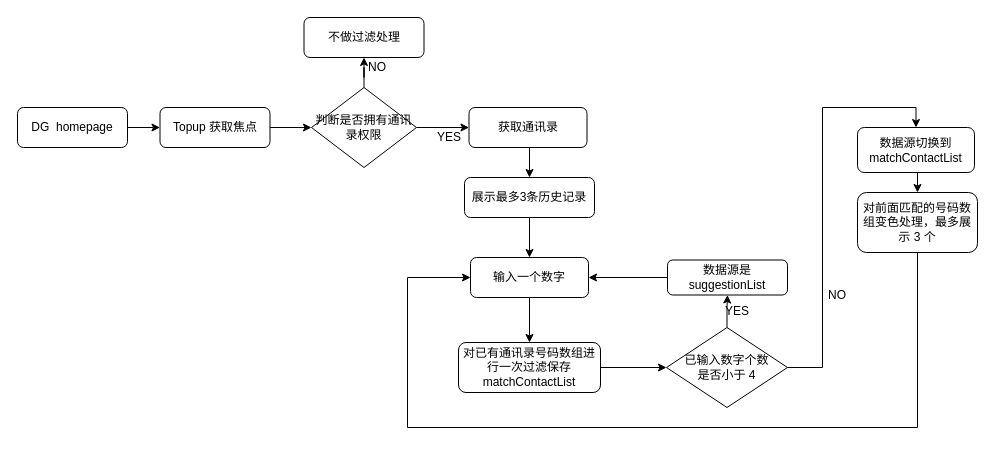
The draw.io diagram Untitled Diagram.drawio in hackjie/draw.io.charts, before the edit. Source tidied: cells renumbered, new cells numbered last; positions are measured from the earlier drawing's top-left corner, leaving out a move shared by most shapes. Both pictures are drawn from the tidied source at 100%, with x=0, y=0 at pixel (17, 17).
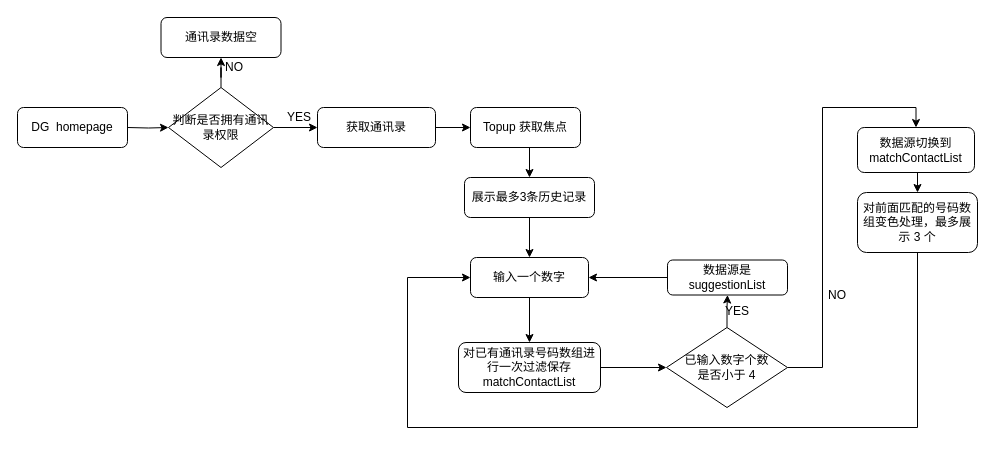
The same page after the edit.

Unchanged cells that the change refers to:
```xml
<mxCell id="3" value="DG &amp;nbsp;homepage" style="rounded=1;whiteSpace=wrap;html=1;" parent="1" vertex="1">
  <mxGeometry y="90" width="110" height="40" as="geometry" />
</mxCell>
<mxCell id="7" value="展示最多3条历史记录" style="rounded=1;whiteSpace=wrap;html=1;" parent="1" vertex="1">
  <mxGeometry x="447" y="160" width="130" height="40" as="geometry" />
</mxCell>
```

Change to the diagram source:
```diff
@@
-    <mxCell id="2" style="edgeStyle=orthogonalEdgeStyle;rounded=0;jettySize=auto;html=1;exitX=1;exitY=0.5;exitDx=0;exitDy=0;entryX=0;entryY=0.5;entryDx=0;entryDy=0;" parent="1" edge="1" source="3" target="5">
-      <mxGeometry relative="1" as="geometry" />
-    </mxCell>
@@
-    <mxCell id="4" style="edgeStyle=orthogonalEdgeStyle;rounded=0;jettySize=auto;html=1;exitX=1;exitY=0.5;exitDx=0;exitDy=0;entryX=0;entryY=0.5;entryDx=0;entryDy=0;" parent="1" edge="1" source="5" target="26">
-      <mxGeometry relative="1" as="geometry" />
+    <mxCell id="4" style="edgeStyle=orthogonalEdgeStyle;rounded=0;jettySize=auto;html=1;exitX=1;exitY=0.5;exitDx=0;exitDy=0;entryX=0;entryY=0.5;entryDx=0;entryDy=0;" parent="1" edge="1" target="26">
+      <mxGeometry relative="1" as="geometry">
+        <mxPoint x="110" y="110" as="sourcePoint" />
+      </mxGeometry>
     </mxCell>
-    <mxCell id="5" value="Topup 获取焦点" style="rounded=1;whiteSpace=wrap;html=1;" parent="1" vertex="1">
-      <mxGeometry x="142.5" y="90" width="110" height="40" as="geometry" />
-    </mxCell>
@@
     <mxCell id="8" value="YES" style="text;html=1;strokeColor=none;fillColor=none;align=center;verticalAlign=middle;whiteSpace=wrap;rounded=0;" parent="1" vertex="1">
-      <mxGeometry x="411.5" y="110" width="40" height="20" as="geometry" />
+      <mxGeometry x="261.5" y="90" width="40" height="20" as="geometry" />
     </mxCell>
@@
-    <mxCell id="25" style="edgeStyle=orthogonalEdgeStyle;rounded=0;jettySize=auto;html=1;exitX=1;exitY=0.5;exitDx=0;exitDy=0;entryX=0;entryY=0.5;entryDx=0;entryDy=0;" parent="1" edge="1" source="26" target="30">
+    <mxCell id="25" style="edgeStyle=orthogonalEdgeStyle;rounded=0;jettySize=auto;html=1;exitX=1;exitY=0.5;exitDx=0;exitDy=0;" parent="1" edge="1" source="26" target="30">
       <mxGeometry relative="1" as="geometry" />
     </mxCell>
     <mxCell id="26" value="判断是否拥有通讯录权限" style="rhombus;whiteSpace=wrap;html=1;" parent="1" vertex="1">
-      <mxGeometry x="294" y="70" width="105" height="80" as="geometry" />
+      <mxGeometry x="151" y="70" width="105" height="80" as="geometry" />
     </mxCell>
-    <mxCell id="27" value="不做过滤处理" style="rounded=1;whiteSpace=wrap;html=1;" parent="1" vertex="1">
-      <mxGeometry x="286.5" width="120" height="40" as="geometry" />
+    <mxCell id="27" value="通讯录数据空" style="rounded=1;whiteSpace=wrap;html=1;" parent="1" vertex="1">
+      <mxGeometry x="143.5" width="120" height="40" as="geometry" />
     </mxCell>
     <mxCell id="28" value="NO" style="text;html=1;strokeColor=none;fillColor=none;align=center;verticalAlign=middle;whiteSpace=wrap;rounded=0;" parent="1" vertex="1">
-      <mxGeometry x="340" y="40" width="40" height="20" as="geometry" />
+      <mxGeometry x="197" y="40" width="40" height="20" as="geometry" />
     </mxCell>
-    <mxCell id="29" style="edgeStyle=orthogonalEdgeStyle;rounded=0;jettySize=auto;html=1;exitX=0.5;exitY=1;exitDx=0;exitDy=0;entryX=0.5;entryY=0;entryDx=0;entryDy=0;" parent="1" edge="1" source="30" target="7">
-      <mxGeometry relative="1" as="geometry" />
+    <mxCell id="29" style="edgeStyle=orthogonalEdgeStyle;rounded=0;jettySize=auto;html=1;exitX=0.5;exitY=1;exitDx=0;exitDy=0;entryX=0.5;entryY=0;entryDx=0;entryDy=0;" parent="1" edge="1" target="7">
+      <mxGeometry relative="1" as="geometry">
+        <mxPoint x="511" y="130" as="sourcePoint" />
+      </mxGeometry>
     </mxCell>
+    <mxCell id="5" value="Topup 获取焦点" style="rounded=1;whiteSpace=wrap;html=1;" parent="1" vertex="1">
+      <mxGeometry x="453" y="90" width="110" height="40" as="geometry" />
+    </mxCell>
+    <mxCell id="31" style="edgeStyle=orthogonalEdgeStyle;rounded=0;jettySize=auto;html=1;exitX=1;exitY=0.5;exitDx=0;exitDy=0;entryX=0;entryY=0.5;entryDx=0;entryDy=0;" parent="1" edge="1" source="30" target="5">
+      <mxGeometry relative="1" as="geometry" />
+    </mxCell>
     <mxCell id="30" value="获取通讯录" style="rounded=1;whiteSpace=wrap;html=1;" parent="1" vertex="1">
-      <mxGeometry x="451.5" y="90" width="118" height="40" as="geometry" />
+      <mxGeometry x="300" y="90" width="118" height="40" as="geometry" />
     </mxCell>
```
